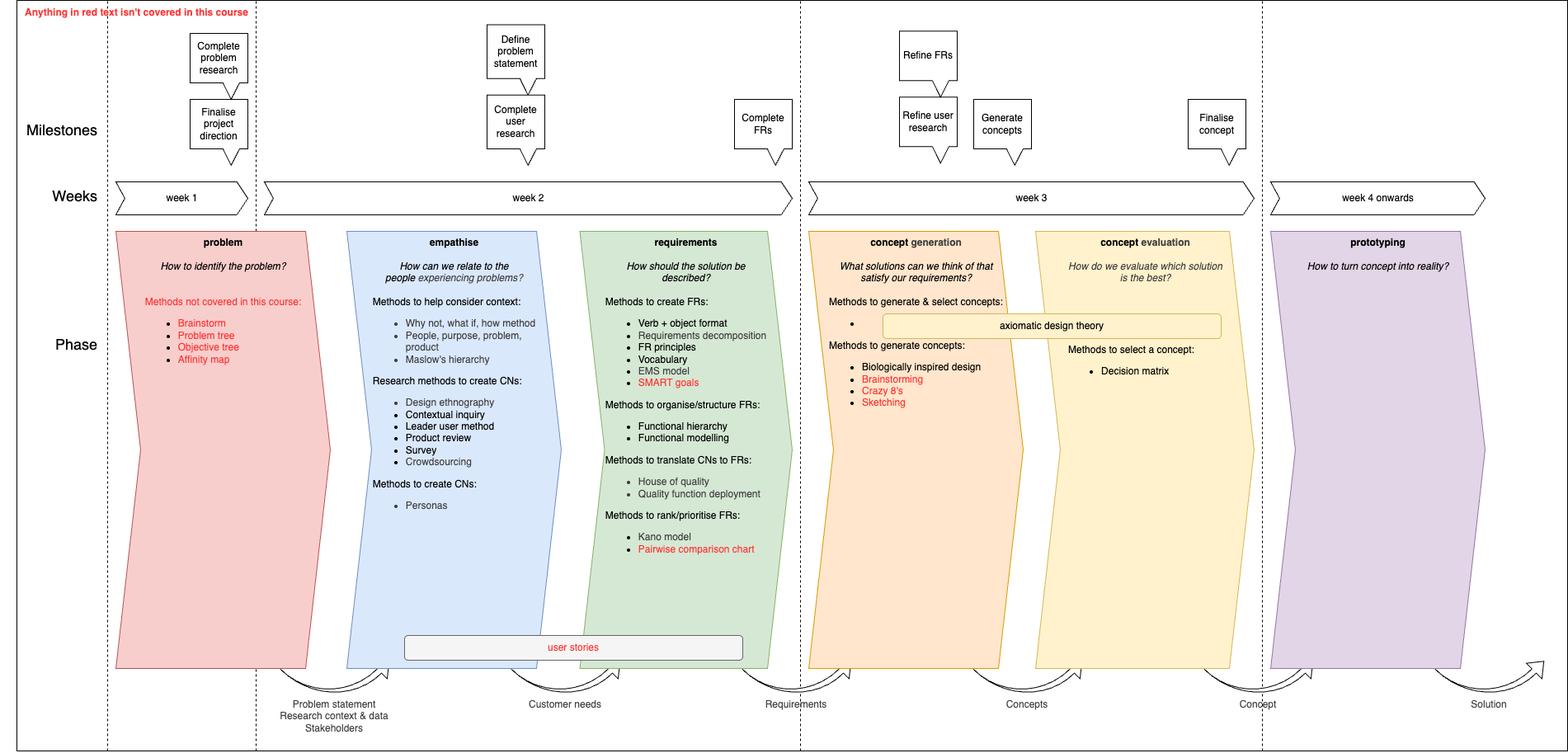
Above: cheat-sheet.drawio.png in dennuguyen/desn2000-cheat-sheet (draw.io), before the change. Source tidied: cells renumbered, new cells last; positions are measured from the earlier drawing's top-left corner, leaving out a move shared by most shapes.
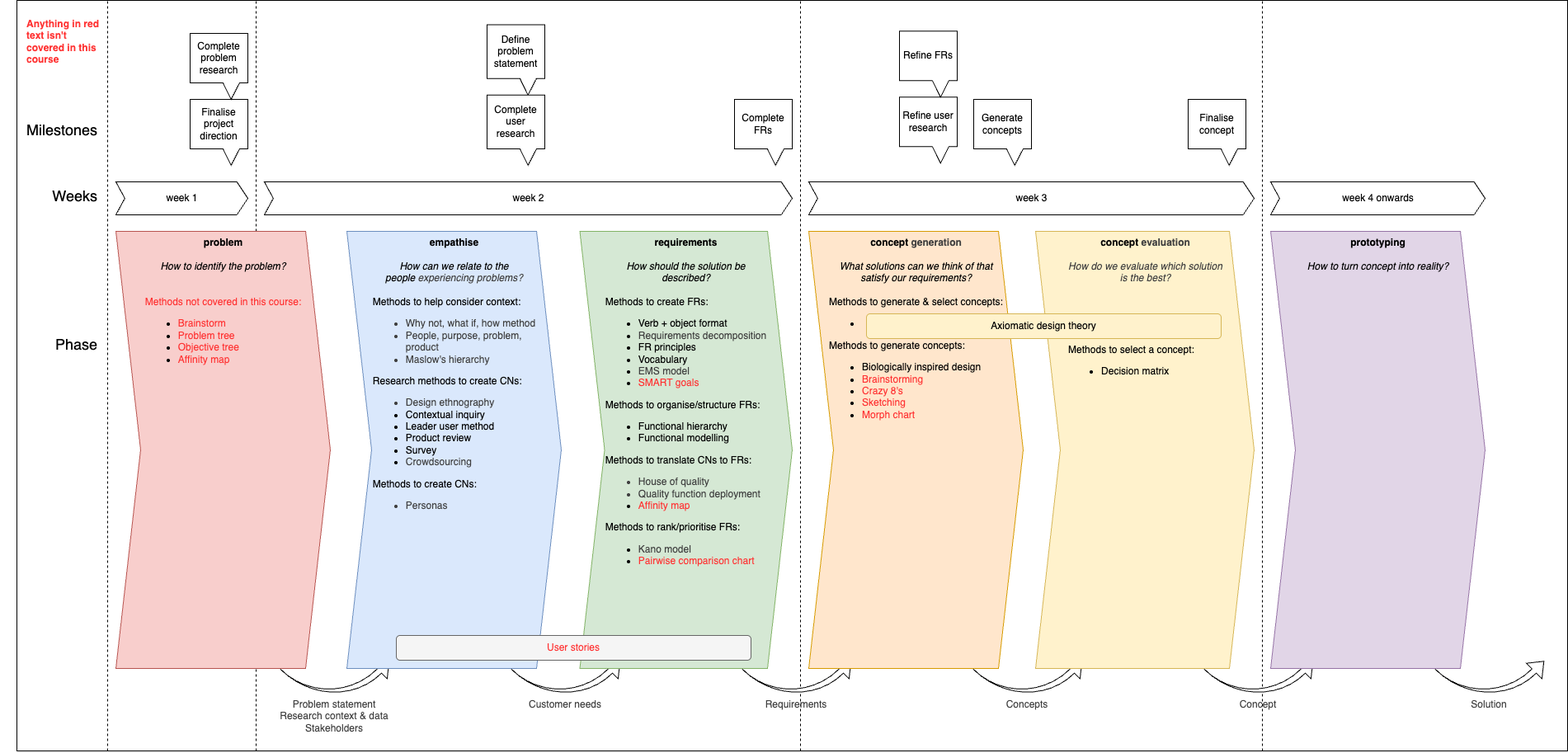
The same diagram one commit later.

Commit message:
Add morph chart to concept generation

What changed in the source:
```diff
@@ -131,10 +131,10 @@
     <mxCell id="40" value="&lt;b&gt;empathise&lt;/b&gt;&lt;div&gt;&lt;br&gt;&lt;/div&gt;&lt;div&gt;&lt;i&gt;How can we relate to the&lt;/i&gt;&lt;/div&gt;&lt;div&gt;&lt;i&gt;people&amp;nbsp;&lt;span style=&quot;color: rgb(63, 63, 63); background-color: transparent;&quot;&gt;experiencing problems?&lt;/span&gt;&lt;/i&gt;&lt;/div&gt;&lt;div&gt;&lt;br&gt;&lt;/div&gt;&lt;div style=&quot;text-align: left;&quot;&gt;Methods to help consider context:&lt;/div&gt;&lt;div style=&quot;text-align: left;&quot;&gt;&lt;ul style=&quot;color: rgb(63, 63, 63); scrollbar-color: rgb(226, 226, 226) rgb(251, 251, 251); text-align: center;&quot;&gt;&lt;li style=&quot;scrollbar-color: rgb(226, 226, 226) rgb(251, 251, 251); text-align: left; color: rgb(63, 63, 63);&quot;&gt;Why not, what if, how method&lt;/li&gt;&lt;li style=&quot;scrollbar-color: rgb(226, 226, 226) rgb(251, 251, 251); text-align: left; color: rgb(63, 63, 63);&quot;&gt;People, purpose, problem,&lt;br&gt;product&lt;/li&gt;&lt;li style=&quot;color: rgb(63, 63, 63); scrollbar-color: rgb(226, 226, 226) rgb(251, 251, 251); text-align: left;&quot;&gt;Maslow's hierarchy&lt;/li&gt;&lt;/ul&gt;&lt;/div&gt;&lt;div style=&quot;text-align: left;&quot;&gt;Research methods to create CNs:&lt;/div&gt;&lt;div&gt;&lt;ul&gt;&lt;li style=&quot;color: rgb(63, 63, 63); scrollbar-color: rgb(226, 226, 226) rgb(251, 251, 251); text-align: left;&quot;&gt;&lt;span style=&quot;color: rgb(63, 63, 63); background-color: transparent;&quot;&gt;Design ethnography&lt;/span&gt;&lt;/li&gt;&lt;li style=&quot;text-align: left;&quot;&gt;Contextual inquiry&lt;/li&gt;&lt;li style=&quot;text-align: left;&quot;&gt;Leader user method&lt;/li&gt;&lt;li style=&quot;text-align: left;&quot;&gt;Product review&lt;/li&gt;&lt;li style=&quot;text-align: left;&quot;&gt;Survey&lt;/li&gt;&lt;li style=&quot;text-align: left;&quot;&gt;&lt;span style=&quot;color: rgb(63, 63, 63); background-color: transparent;&quot;&gt;Crowdsourcing&lt;/span&gt;&lt;/li&gt;&lt;/ul&gt;&lt;div style=&quot;text-align: left;&quot;&gt;Methods to create CNs:&lt;/div&gt;&lt;div style=&quot;text-align: left;&quot;&gt;&lt;ul&gt;&lt;li style=&quot;color: rgb(63, 63, 63); scrollbar-color: rgb(226, 226, 226) rgb(251, 251, 251); text-align: left;&quot;&gt;&lt;span style=&quot;scrollbar-color: rgb(226, 226, 226) rgb(251, 251, 251); background-color: transparent; color: rgb(63, 63, 63);&quot;&gt;Personas&lt;/span&gt;&lt;/li&gt;&lt;/ul&gt;&lt;/div&gt;&lt;/div&gt;" style="html=1;shadow=0;dashed=0;align=center;verticalAlign=top;shape=mxgraph.arrows2.arrow;dy=0;dx=30;notch=30;rotation=0;fillColor=#dae8fc;strokeColor=#6c8ebf;" parent="1" vertex="1">
       <mxGeometry x="420" y="280" width="260" height="530" as="geometry" />
     </mxCell>
-    <mxCell id="41" value="&lt;b&gt;requirements&lt;/b&gt;&lt;div&gt;&lt;br&gt;&lt;/div&gt;&lt;div&gt;&lt;i&gt;How should the solution be&lt;/i&gt;&lt;/div&gt;&lt;div&gt;&lt;i&gt;described?&lt;/i&gt;&lt;/div&gt;&lt;div&gt;&lt;br&gt;&lt;/div&gt;&lt;div style=&quot;text-align: left;&quot;&gt;Methods to create FRs:&lt;/div&gt;&lt;div&gt;&lt;ul&gt;&lt;li style=&quot;text-align: left;&quot;&gt;Verb + object format&lt;/li&gt;&lt;li style=&quot;text-align: left;&quot;&gt;&lt;span style=&quot;color: rgb(63, 63, 63); background-color: transparent;&quot;&gt;Requirements decomposition&lt;/span&gt;&lt;/li&gt;&lt;li style=&quot;text-align: left;&quot;&gt;FR principles&lt;/li&gt;&lt;li style=&quot;text-align: left;&quot;&gt;Vocabulary&lt;/li&gt;&lt;li style=&quot;text-align: left;&quot;&gt;&lt;span style=&quot;background-color: transparent; color: rgb(63, 63, 63);&quot;&gt;EMS model&lt;/span&gt;&lt;/li&gt;&lt;li style=&quot;text-align: left;&quot;&gt;&lt;span style=&quot;background-color: transparent;&quot;&gt;&lt;font style=&quot;color: rgb(255, 51, 51);&quot;&gt;SMART goals&lt;/font&gt;&lt;/span&gt;&lt;/li&gt;&lt;/ul&gt;&lt;div style=&quot;text-align: left;&quot;&gt;Methods to organise/structure FRs:&lt;/div&gt;&lt;div style=&quot;text-align: left;&quot;&gt;&lt;ul&gt;&lt;li&gt;Functional hierarchy&lt;/li&gt;&lt;li&gt;Functional modelling&lt;/li&gt;&lt;/ul&gt;&lt;/div&gt;&lt;div style=&quot;text-align: left;&quot;&gt;Methods to translate CNs to FRs:&lt;/div&gt;&lt;div style=&quot;text-align: left;&quot;&gt;&lt;ul&gt;&lt;li style=&quot;color: rgb(63, 63, 63); scrollbar-color: rgb(226, 226, 226) rgb(251, 251, 251); text-align: left;&quot;&gt;&lt;span style=&quot;scrollbar-color: rgb(226, 226, 226) rgb(251, 251, 251); background-color: transparent; color: rgb(63, 63, 63);&quot;&gt;House of quality&lt;/span&gt;&lt;/li&gt;&lt;li style=&quot;color: rgb(63, 63, 63); scrollbar-color: rgb(226, 226, 226) rgb(251, 251, 251); text-align: left;&quot;&gt;&lt;span style=&quot;color: rgb(63, 63, 63); scrollbar-color: rgb(226, 226, 226) rgb(251, 251, 251); background-color: transparent;&quot;&gt;Quality function deployment&lt;/span&gt;&lt;/li&gt;&lt;/ul&gt;&lt;/div&gt;&lt;div style=&quot;text-align: left;&quot;&gt;Methods to rank/prioritise FRs:&lt;/div&gt;&lt;/div&gt;&lt;div style=&quot;text-align: left;&quot;&gt;&lt;ul&gt;&lt;li&gt;&lt;span style=&quot;color: rgb(63, 63, 63); background-color: transparent;&quot;&gt;Kano model&lt;/span&gt;&lt;/li&gt;&lt;li&gt;&lt;span&gt;&lt;font style=&quot;color: rgb(255, 51, 51);&quot;&gt;Pairwise comparison chart&lt;/font&gt;&lt;/span&gt;&lt;/li&gt;&lt;/ul&gt;&lt;/div&gt;" style="html=1;shadow=0;dashed=0;align=center;verticalAlign=top;shape=mxgraph.arrows2.arrow;dy=0;dx=30;notch=30;rotation=0;fillColor=#d5e8d4;strokeColor=#82b366;" parent="1" vertex="1">
+    <mxCell id="41" value="&lt;b&gt;requirements&lt;/b&gt;&lt;div&gt;&lt;br&gt;&lt;/div&gt;&lt;div&gt;&lt;i&gt;How should the solution be&lt;/i&gt;&lt;/div&gt;&lt;div&gt;&lt;i&gt;described?&lt;/i&gt;&lt;/div&gt;&lt;div&gt;&lt;br&gt;&lt;/div&gt;&lt;div style=&quot;text-align: left;&quot;&gt;Methods to create FRs:&lt;/div&gt;&lt;div&gt;&lt;ul&gt;&lt;li style=&quot;text-align: left;&quot;&gt;Verb + object format&lt;/li&gt;&lt;li style=&quot;text-align: left;&quot;&gt;&lt;span style=&quot;color: rgb(63, 63, 63); background-color: transparent;&quot;&gt;Requirements decomposition&lt;/span&gt;&lt;/li&gt;&lt;li style=&quot;text-align: left;&quot;&gt;FR principles&lt;/li&gt;&lt;li style=&quot;text-align: left;&quot;&gt;Vocabulary&lt;/li&gt;&lt;li style=&quot;text-align: left;&quot;&gt;&lt;span style=&quot;background-color: transparent; color: rgb(63, 63, 63);&quot;&gt;EMS model&lt;/span&gt;&lt;/li&gt;&lt;li style=&quot;text-align: left;&quot;&gt;&lt;span style=&quot;background-color: transparent;&quot;&gt;&lt;font style=&quot;color: rgb(255, 51, 51);&quot;&gt;SMART goals&lt;/font&gt;&lt;/span&gt;&lt;/li&gt;&lt;/ul&gt;&lt;div style=&quot;text-align: left;&quot;&gt;Methods to organise/structure FRs:&lt;/div&gt;&lt;div style=&quot;text-align: left;&quot;&gt;&lt;ul&gt;&lt;li&gt;Functional hierarchy&lt;/li&gt;&lt;li&gt;Functional modelling&lt;/li&gt;&lt;/ul&gt;&lt;/div&gt;&lt;div style=&quot;text-align: left;&quot;&gt;Methods to translate CNs to FRs:&lt;/div&gt;&lt;div style=&quot;text-align: left;&quot;&gt;&lt;ul&gt;&lt;li style=&quot;color: rgb(63, 63, 63); scrollbar-color: rgb(226, 226, 226) rgb(251, 251, 251); text-align: left;&quot;&gt;&lt;span style=&quot;scrollbar-color: rgb(226, 226, 226) rgb(251, 251, 251); background-color: transparent; color: rgb(63, 63, 63);&quot;&gt;House of quality&lt;/span&gt;&lt;/li&gt;&lt;li style=&quot;color: rgb(63, 63, 63); scrollbar-color: rgb(226, 226, 226) rgb(251, 251, 251); text-align: left;&quot;&gt;&lt;span style=&quot;color: rgb(63, 63, 63); scrollbar-color: rgb(226, 226, 226) rgb(251, 251, 251); background-color: transparent;&quot;&gt;Quality function deployment&lt;/span&gt;&lt;/li&gt;&lt;li style=&quot;scrollbar-color: rgb(226, 226, 226) rgb(251, 251, 251); text-align: left;&quot;&gt;&lt;span style=&quot;scrollbar-color: rgb(226, 226, 226) rgb(251, 251, 251); background-color: transparent;&quot;&gt;&lt;font style=&quot;color: rgb(255, 51, 51);&quot;&gt;Affinity map&lt;/font&gt;&lt;/span&gt;&lt;/li&gt;&lt;/ul&gt;&lt;/div&gt;&lt;div style=&quot;text-align: left;&quot;&gt;Methods to rank/prioritise FRs:&lt;/div&gt;&lt;/div&gt;&lt;div style=&quot;text-align: left;&quot;&gt;&lt;ul&gt;&lt;li&gt;&lt;span style=&quot;color: rgb(63, 63, 63); background-color: transparent;&quot;&gt;Kano model&lt;/span&gt;&lt;/li&gt;&lt;li&gt;&lt;span&gt;&lt;font style=&quot;color: rgb(255, 51, 51);&quot;&gt;Pairwise comparison chart&lt;/font&gt;&lt;/span&gt;&lt;/li&gt;&lt;/ul&gt;&lt;/div&gt;" style="html=1;shadow=0;dashed=0;align=center;verticalAlign=top;shape=mxgraph.arrows2.arrow;dy=0;dx=30;notch=30;rotation=0;fillColor=#d5e8d4;strokeColor=#82b366;" parent="1" vertex="1">
       <mxGeometry x="702.5" y="280" width="257.5" height="530" as="geometry" />
     </mxCell>
-    <mxCell id="42" value="&lt;b&gt;concept&amp;nbsp;&lt;span style=&quot;color: rgb(63, 63, 63); background-color: transparent;&quot;&gt;generation&lt;/span&gt;&lt;/b&gt;&lt;div&gt;&lt;br&gt;&lt;/div&gt;&lt;div&gt;&lt;i&gt;What solutions can we think of that&lt;/i&gt;&lt;/div&gt;&lt;div&gt;&lt;i&gt;satisfy our requirements?&lt;/i&gt;&lt;/div&gt;&lt;div style=&quot;text-align: left;&quot;&gt;&lt;br&gt;&lt;/div&gt;&lt;div style=&quot;text-align: left;&quot;&gt;Methods to generate &amp;amp; select concepts:&lt;/div&gt;&lt;div style=&quot;text-align: left;&quot;&gt;&lt;ul&gt;&lt;li&gt;&amp;nbsp;&lt;/li&gt;&lt;/ul&gt;&lt;div&gt;Methods to generate concepts:&lt;/div&gt;&lt;div&gt;&lt;ul&gt;&lt;li&gt;Biologically inspired design&lt;/li&gt;&lt;li&gt;&lt;font style=&quot;color: rgb(255, 51, 51);&quot;&gt;Brainstorming&lt;/font&gt;&lt;/li&gt;&lt;li&gt;&lt;font style=&quot;color: rgb(255, 51, 51);&quot;&gt;Crazy 8's&lt;/font&gt;&lt;/li&gt;&lt;li&gt;&lt;font style=&quot;color: rgb(255, 51, 51);&quot;&gt;Sketching&lt;/font&gt;&lt;/li&gt;&lt;/ul&gt;&lt;/div&gt;&lt;/div&gt;" style="html=1;shadow=0;dashed=0;align=center;verticalAlign=top;shape=mxgraph.arrows2.arrow;dy=0;dx=30;notch=30;rotation=0;fillColor=#ffe6cc;strokeColor=#d79b00;" parent="1" vertex="1">
+    <mxCell id="42" value="&lt;b&gt;concept&amp;nbsp;&lt;span style=&quot;color: rgb(63, 63, 63); background-color: transparent;&quot;&gt;generation&lt;/span&gt;&lt;/b&gt;&lt;div&gt;&lt;br&gt;&lt;/div&gt;&lt;div&gt;&lt;i&gt;What solutions can we think of that&lt;/i&gt;&lt;/div&gt;&lt;div&gt;&lt;i&gt;satisfy our requirements?&lt;/i&gt;&lt;/div&gt;&lt;div style=&quot;text-align: left;&quot;&gt;&lt;br&gt;&lt;/div&gt;&lt;div style=&quot;text-align: left;&quot;&gt;Methods to generate &amp;amp; select concepts:&lt;/div&gt;&lt;div style=&quot;text-align: left;&quot;&gt;&lt;ul&gt;&lt;li&gt;&amp;nbsp;&lt;/li&gt;&lt;/ul&gt;&lt;div&gt;Methods to generate concepts:&lt;/div&gt;&lt;div&gt;&lt;ul&gt;&lt;li&gt;Biologically inspired design&lt;/li&gt;&lt;li&gt;&lt;font style=&quot;color: rgb(255, 51, 51);&quot;&gt;Brainstorming&lt;/font&gt;&lt;/li&gt;&lt;li&gt;&lt;font style=&quot;color: rgb(255, 51, 51);&quot;&gt;Crazy 8's&lt;/font&gt;&lt;/li&gt;&lt;li&gt;&lt;font style=&quot;color: rgb(255, 51, 51);&quot;&gt;Sketching&lt;/font&gt;&lt;/li&gt;&lt;li&gt;&lt;font style=&quot;color: rgb(255, 51, 51);&quot;&gt;Morph chart&lt;/font&gt;&lt;/li&gt;&lt;/ul&gt;&lt;/div&gt;&lt;/div&gt;" style="html=1;shadow=0;dashed=0;align=center;verticalAlign=top;shape=mxgraph.arrows2.arrow;dy=0;dx=30;notch=30;rotation=0;fillColor=#ffe6cc;strokeColor=#d79b00;" parent="1" vertex="1">
       <mxGeometry x="980" y="280" width="260" height="530" as="geometry" />
     </mxCell>
     <mxCell id="43" value="&lt;b&gt;concept&amp;nbsp;&lt;span style=&quot;color: rgb(63, 63, 63); background-color: transparent;&quot;&gt;evaluation&lt;/span&gt;&lt;/b&gt;&lt;div&gt;&lt;span style=&quot;color: rgb(63, 63, 63); background-color: transparent;&quot;&gt;&lt;br&gt;&lt;/span&gt;&lt;/div&gt;&lt;div&gt;&lt;span style=&quot;color: rgb(63, 63, 63); background-color: transparent;&quot;&gt;&lt;i&gt;How do we evaluate which solution&lt;/i&gt;&lt;/span&gt;&lt;/div&gt;&lt;div&gt;&lt;span style=&quot;color: rgb(63, 63, 63); background-color: transparent;&quot;&gt;&lt;i&gt;is the best?&lt;/i&gt;&lt;/span&gt;&lt;/div&gt;&lt;div style=&quot;text-align: left;&quot;&gt;&lt;span style=&quot;color: rgb(63, 63, 63); background-color: transparent;&quot;&gt;&lt;i&gt;&lt;br&gt;&lt;/i&gt;&lt;/span&gt;&lt;/div&gt;&lt;div style=&quot;text-align: left;&quot;&gt;&lt;span style=&quot;color: rgb(63, 63, 63); background-color: transparent;&quot;&gt;&lt;i&gt;&lt;br&gt;&lt;/i&gt;&lt;/span&gt;&lt;/div&gt;&lt;div style=&quot;text-align: left;&quot;&gt;&lt;span style=&quot;color: rgb(63, 63, 63); background-color: transparent;&quot;&gt;&lt;i&gt;&lt;br&gt;&lt;/i&gt;&lt;/span&gt;&lt;/div&gt;&lt;div style=&quot;text-align: left;&quot;&gt;&lt;span style=&quot;color: rgb(63, 63, 63); background-color: transparent;&quot;&gt;&lt;i&gt;&lt;br&gt;&lt;/i&gt;&lt;/span&gt;&lt;/div&gt;&lt;div style=&quot;text-align: left;&quot;&gt;&lt;span style=&quot;color: rgb(63, 63, 63); background-color: transparent;&quot;&gt;&lt;i&gt;&lt;br&gt;&lt;/i&gt;&lt;/span&gt;&lt;/div&gt;&lt;div style=&quot;text-align: left;&quot;&gt;Methods to select a concept:&lt;/div&gt;&lt;div style=&quot;text-align: left;&quot;&gt;&lt;ul&gt;&lt;li&gt;Decision matrix&lt;/li&gt;&lt;/ul&gt;&lt;/div&gt;" style="html=1;shadow=0;dashed=0;align=center;verticalAlign=top;shape=mxgraph.arrows2.arrow;dy=0;dx=30;notch=30;rotation=0;fillColor=#fff2cc;strokeColor=#d6b656;" parent="1" vertex="1">
@@ -143,15 +143,12 @@
     <mxCell id="44" value="&lt;b&gt;prototyping&lt;/b&gt;&lt;div&gt;&lt;br&gt;&lt;/div&gt;&lt;div&gt;&lt;i&gt;How to turn concept into reality?&lt;/i&gt;&lt;/div&gt;" style="html=1;shadow=0;dashed=0;align=center;verticalAlign=top;shape=mxgraph.arrows2.arrow;dy=0;dx=30;notch=30;rotation=0;fillColor=#e1d5e7;strokeColor=#9673a6;" parent="1" vertex="1">
       <mxGeometry x="1540" y="280" width="260" height="530" as="geometry" />
     </mxCell>
-    <mxCell id="45" value="axiomatic design theory" style="rounded=1;whiteSpace=wrap;html=1;fillColor=#fff2cc;strokeColor=#d6b656;" parent="1" vertex="1">
-      <mxGeometry x="1070" y="380" width="410" height="30" as="geometry" />
+    <mxCell id="45" value="Axiomatic design theory" style="rounded=1;whiteSpace=wrap;html=1;fillColor=#fff2cc;strokeColor=#d6b656;" parent="1" vertex="1">
+      <mxGeometry x="1050" y="380" width="430" height="30" as="geometry" />
     </mxCell>
-    <mxCell id="46" value="user stories" style="rounded=1;whiteSpace=wrap;html=1;fillColor=#f5f5f5;fontColor=#FF3333;strokeColor=#666666;" parent="1" vertex="1">
-      <mxGeometry x="490" y="770" width="410" height="30" as="geometry" />
+    <mxCell id="46" value="User stories" style="rounded=1;whiteSpace=wrap;html=1;fillColor=#f5f5f5;fontColor=#FF3333;strokeColor=#666666;" parent="1" vertex="1">
+      <mxGeometry x="480" y="770" width="430" height="30" as="geometry" />
     </mxCell>
-    <mxCell id="47" value="Anything in red text isn't covered in this course" style="text;html=1;align=center;verticalAlign=middle;strokeColor=none;fillColor=none;fontStyle=1;fontColor=#FF3333;" parent="1" vertex="1">
-      <mxGeometry x="30" width="270" height="30" as="geometry" />
-    </mxCell>
     <mxCell id="48" value="Generate concepts" style="shape=callout;whiteSpace=wrap;html=1;perimeter=calloutPerimeter;position2=0.71;size=20;position=0.57;rotation=0;base=20;" parent="1" vertex="1">
       <mxGeometry x="1180" y="120" width="70" height="80" as="geometry" />
     </mxCell>
@@ -161,5 +158,8 @@
     <mxCell id="50" value="Refine FRs" style="shape=callout;whiteSpace=wrap;html=1;perimeter=calloutPerimeter;position2=0.71;size=20;position=0.57;rotation=0;base=20;" parent="1" vertex="1">
       <mxGeometry x="1090" y="37.4" width="70" height="80" as="geometry" />
     </mxCell>
+    <mxCell id="47" value="&lt;div&gt;&lt;font style=&quot;color: rgb(255, 51, 51);&quot;&gt;Anything in red text isn't covered in this course&lt;/font&gt;&lt;/div&gt;" style="text;html=1;align=left;verticalAlign=middle;whiteSpace=wrap;rounded=0;fontStyle=1;fontColor=#FF3333;fontSize=12;" parent="1" vertex="1">
+      <mxGeometry x="30" y="10" width="90" height="80" as="geometry" />
+    </mxCell>
   </root>
 </mxGraphModel>
```
